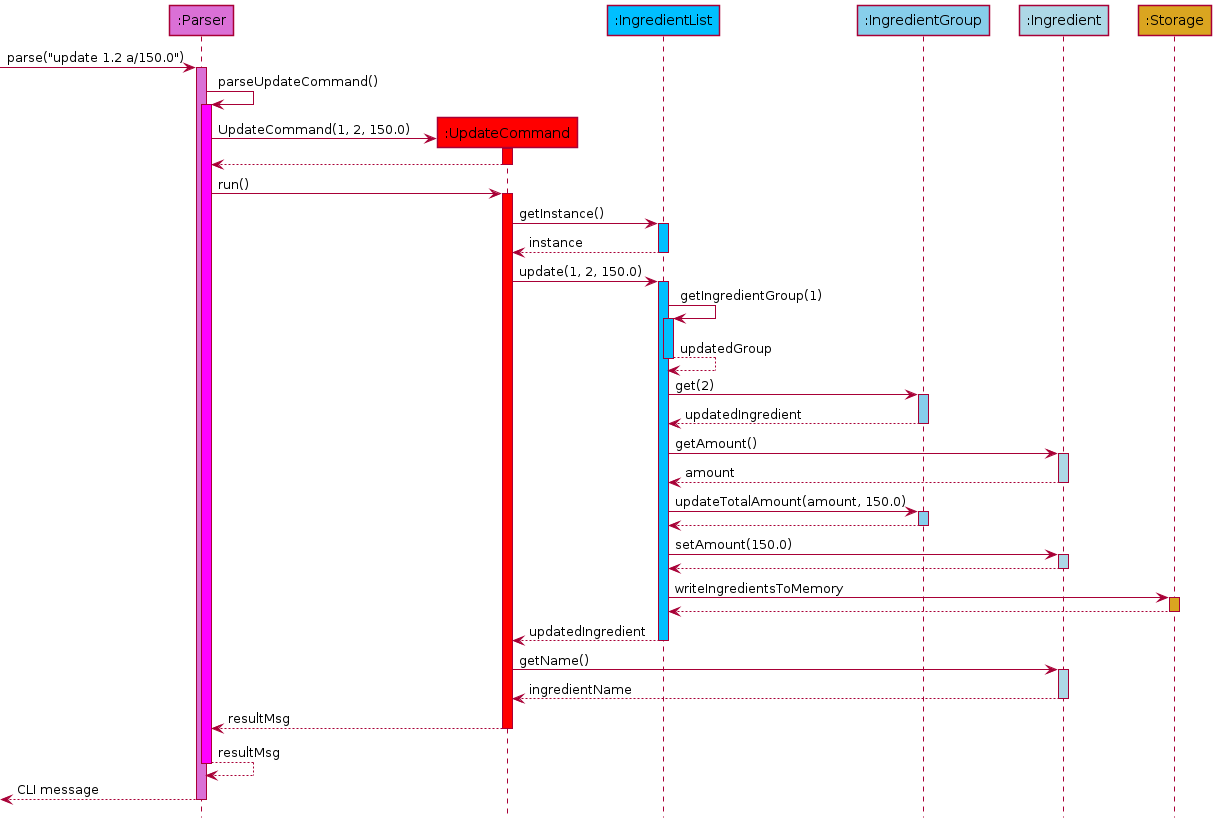
nus-cs2113-AY2122S1/tp keeps this PlantUML diagram as docs/images/UpdateSequenceDiagram.png. Above is the earlier version.
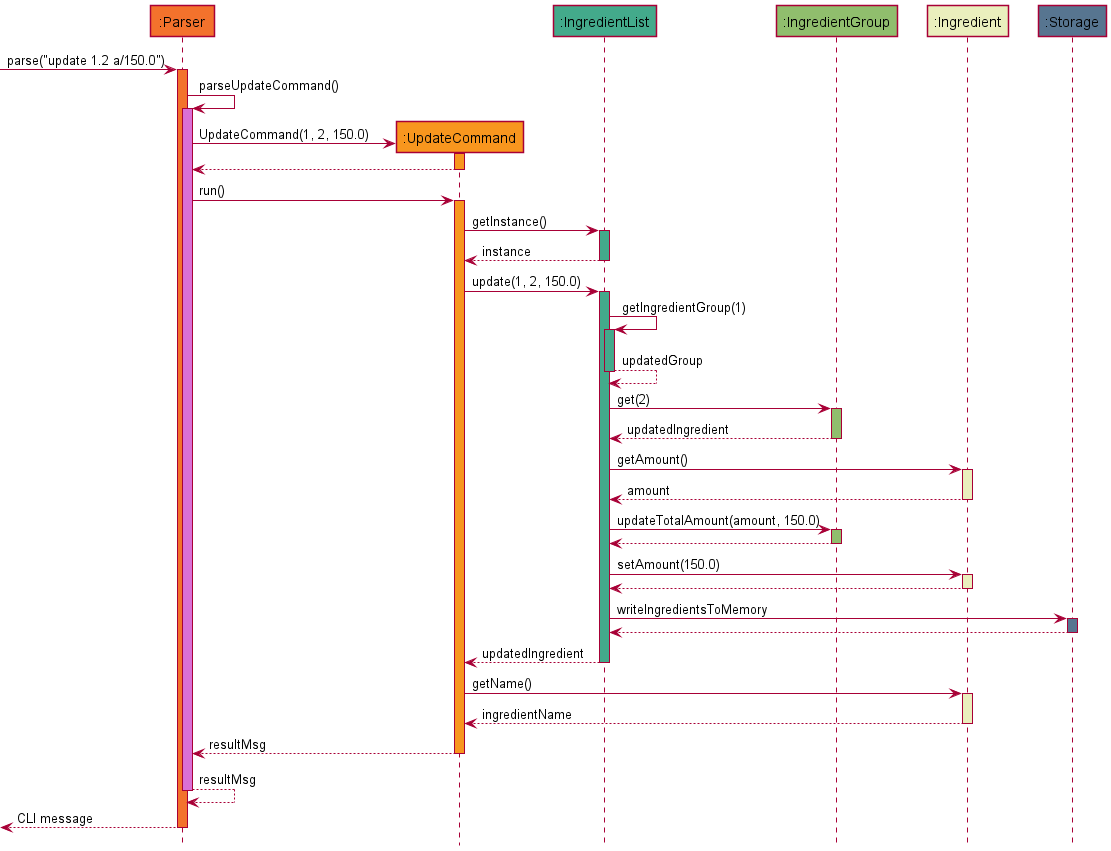
The same file after the commit.

Commit message:
Changed sequence diagrams to match add colours

The edit, as a diff of the source:
```diff
@@ -1,34 +1,5 @@
 @startuml
-!define UI_COLOUR #LimeGreen
-!define PARSER_COLOUR #Orchid
-!define PARSER_COLOUR_S1 #Magenta
-!define INGREDIENTLIST_COLOUR #DeepSkyBlue
-!define INGREDIENTGROUP_COLOUR #SkyBlue
-!define INGREDIENT_COLOUR #LightBlue
-!define STORAGE_COLOUR #GoldenRod
-!define COMMAND_COLOUR #Red
-!define COMMAND_COLOUR_S1 #Pink
-!define COMMAND_COLOUR_S2 #DarkSalmon
-!define DATE_COLOUR #Khaki
-!define MAIN_COLOUR #Grey
-
-skinparam MinClassWidth 50
-skinparam MaxClassWidth 200
-skinparam ParticipantPadding 10
-skinparam Shadowing false
-skinparam DefaultTextAlignment center
-skinparam packageStyle Rectangle
-
-skinparam Class {
-    BorderThickness 1
-    BorderColor #FFFFFF
-}
-
-hide footbox
-hide members
-hide circle
-
-
+!include style.puml
 
 Participant ":Parser" as parser PARSER_COLOUR
 Participant ":UpdateCommand" as update COMMAND_COLOUR
@@ -92,4 +63,5 @@
 return resultMsg
 
 return CLI message
+
 @enduml
```
